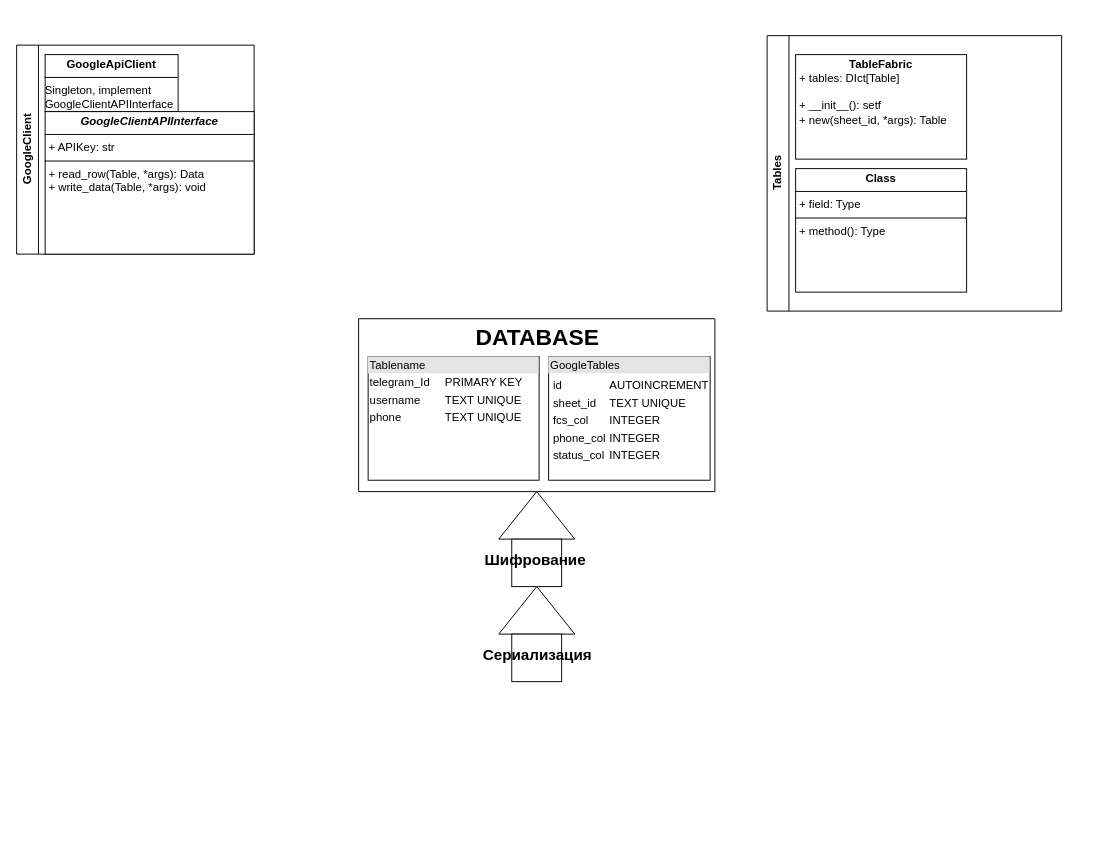
Earlier version of the draw.io diagram Диаграмма без названия.drawio (1Corporation/CodeFuturePhonesBank). Source tidied: cells renumbered, new cells numbered last; positions are measured from the earlier drawing's top-left corner, leaving out a move shared by most shapes. Both pictures are drawn from the tidied source at 95%, with x=0, y=0 at pixel (16, 35).
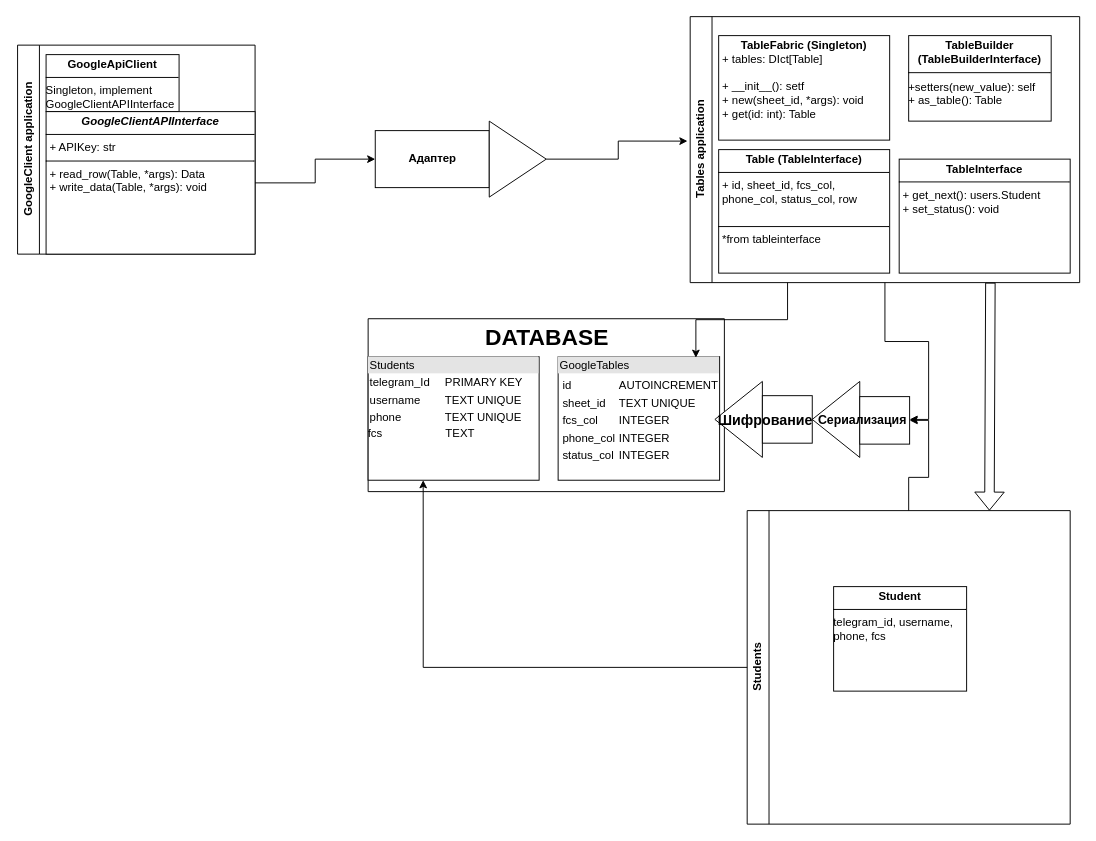
The same page after the edit.

Unchanged cells that the change refers to:
```xml
<mxCell id="5" value="&lt;div style=&quot;box-sizing:border-box;width:100%;background:#e4e4e4;padding:2px;&quot;&gt;GoogleTables&lt;/div&gt;&lt;table style=&quot;width:100%;font-size:1em;&quot; cellpadding=&quot;2&quot; cellspacing=&quot;0&quot;&gt;&lt;tbody&gt;&lt;tr&gt;&lt;td&gt;&lt;table&gt;&lt;tbody&gt;&lt;tr&gt;&lt;td&gt;id&lt;/td&gt;&lt;td&gt;AUTOINCREMENT&lt;/td&gt;&lt;/tr&gt;&lt;tr&gt;&lt;td&gt;sheet_id&lt;/td&gt;&lt;td&gt;TEXT UNIQUE&lt;/td&gt;&lt;/tr&gt;&lt;tr&gt;&lt;td&gt;fcs_col&lt;/td&gt;&lt;td&gt;INTEGER&lt;/td&gt;&lt;/tr&gt;&lt;tr&gt;&lt;td&gt;phone_col&lt;/td&gt;&lt;td&gt;INTEGER&lt;/td&gt;&lt;/tr&gt;&lt;tr&gt;&lt;td&gt;status_col&lt;/td&gt;&lt;td&gt;INTEGER&lt;/td&gt;&lt;/tr&gt;&lt;/tbody&gt;&lt;/table&gt;&lt;br&gt;&lt;/td&gt;&lt;td&gt;&lt;/td&gt;&lt;/tr&gt;&lt;tr&gt;&lt;td&gt;&lt;/td&gt;&lt;td&gt;&lt;br&gt;&lt;/td&gt;&lt;/tr&gt;&lt;/tbody&gt;&lt;/table&gt;" style="verticalAlign=top;align=left;overflow=fill;html=1;whiteSpace=wrap;" parent="2" vertex="1">
  <mxGeometry x="200" y="40" width="170" height="130" as="geometry" />
</mxCell>
<mxCell id="16" value="&lt;p style=&quot;margin:0px;margin-top:4px;text-align:center;&quot;&gt;&lt;i&gt;&lt;b&gt;GoogleClientAPIInterface&lt;/b&gt;&lt;/i&gt;&lt;/p&gt;&lt;hr size=&quot;1&quot; style=&quot;border-style:solid;&quot;&gt;&lt;p style=&quot;margin:0px;margin-left:4px;&quot;&gt;+ APIKey: str&lt;br&gt;&lt;/p&gt;&lt;hr size=&quot;1&quot; style=&quot;border-style:solid;&quot;&gt;&lt;p style=&quot;margin:0px;margin-left:4px;&quot;&gt;+ read_row(Table, *args): Data&lt;br&gt;+ write_data(Table, *args): void&lt;/p&gt;&lt;p style=&quot;margin:0px;margin-left:4px;&quot;&gt;&lt;br&gt;&lt;/p&gt;" style="verticalAlign=top;align=left;overflow=fill;html=1;whiteSpace=wrap;" parent="14" vertex="1">
  <mxGeometry x="30" y="70" width="220" height="150" as="geometry" />
</mxCell>
```

The edit, as a diff of the source:
```diff
@@
     <mxCell id="2" style="swimlane;startSize=0;fontSize=17;" parent="1" vertex="1">
-      <mxGeometry x="360" y="298" width="375" height="182" as="geometry" />
+      <mxGeometry x="370" y="298" width="375" height="182" as="geometry" />
     </mxCell>
@@
-    <mxCell id="4" value="&lt;div style=&quot;box-sizing:border-box;width:100%;background:#e4e4e4;padding:2px;&quot;&gt;Tablename&lt;/div&gt;&lt;table style=&quot;width:100%;font-size:1em;&quot; cellpadding=&quot;2&quot; cellspacing=&quot;0&quot;&gt;&lt;tbody&gt;&lt;tr&gt;&lt;td&gt;telegram_Id&lt;/td&gt;&lt;td&gt;PRIMARY KEY&lt;/td&gt;&lt;/tr&gt;&lt;tr&gt;&lt;td&gt;username&lt;/td&gt;&lt;td&gt;TEXT UNIQUE&lt;/td&gt;&lt;/tr&gt;&lt;tr&gt;&lt;td&gt;phone&lt;/td&gt;&lt;td&gt;TEXT UNIQUE&lt;/td&gt;&lt;/tr&gt;&lt;/tbody&gt;&lt;/table&gt;" style="verticalAlign=top;align=left;overflow=fill;html=1;whiteSpace=wrap;" parent="2" vertex="1">
-      <mxGeometry x="10" y="40" width="180" height="130" as="geometry" />
+    <mxCell id="4" value="&lt;div style=&quot;box-sizing:border-box;width:100%;background:#e4e4e4;padding:2px;&quot;&gt;Students&lt;/div&gt;&lt;table style=&quot;width:100%;font-size:1em;&quot; cellpadding=&quot;2&quot; cellspacing=&quot;0&quot;&gt;&lt;tbody&gt;&lt;tr&gt;&lt;td&gt;telegram_Id&lt;/td&gt;&lt;td&gt;PRIMARY KEY&lt;/td&gt;&lt;/tr&gt;&lt;tr&gt;&lt;td&gt;username&lt;/td&gt;&lt;td&gt;TEXT UNIQUE&lt;/td&gt;&lt;/tr&gt;&lt;tr&gt;&lt;td&gt;phone&lt;/td&gt;&lt;td&gt;TEXT UNIQUE&lt;br&gt;&lt;/td&gt;&lt;/tr&gt;&lt;/tbody&gt;&lt;/table&gt;fcs&amp;nbsp; &amp;nbsp; &amp;nbsp; &amp;nbsp; &amp;nbsp; &amp;nbsp; &amp;nbsp; &amp;nbsp; &amp;nbsp; &amp;nbsp; TEXT" style="verticalAlign=top;align=left;overflow=fill;html=1;whiteSpace=wrap;" parent="2" vertex="1">
+      <mxGeometry y="40" width="180" height="130" as="geometry" />
     </mxCell>
@@
-    <mxCell id="6" style="triangle;whiteSpace=wrap;html=1;direction=north;" parent="1" vertex="1">
-      <mxGeometry x="507.5" y="480" width="80" height="50" as="geometry" />
+    <mxCell id="6" style="triangle;whiteSpace=wrap;html=1;direction=west;" parent="1" vertex="1">
+      <mxGeometry x="735" y="364" width="50" height="80" as="geometry" />
     </mxCell>
     <mxCell id="7" style="rounded=0;whiteSpace=wrap;html=1;direction=south;" parent="1" vertex="1">
-      <mxGeometry x="521.2" y="530" width="52.5" height="50" as="geometry" />
+      <mxGeometry x="785" y="379" width="52.5" height="50" as="geometry" />
     </mxCell>
-    <mxCell id="8" value="&lt;font style=&quot;font-size: 16px;&quot;&gt;Шифрование&amp;nbsp;&lt;/font&gt;" style="text;strokeColor=none;fillColor=none;html=1;fontSize=24;fontStyle=1;verticalAlign=middle;align=center;" parent="1" vertex="1">
-      <mxGeometry x="497.5" y="530" width="100" height="40" as="geometry" />
+    <mxCell id="8" value="&lt;font style=&quot;font-size: 15px;&quot;&gt;Шифрование&amp;nbsp;&lt;/font&gt;" style="text;strokeColor=none;fillColor=none;html=1;fontSize=15;fontStyle=1;verticalAlign=middle;align=center;" parent="1" vertex="1">
+      <mxGeometry x="740" y="384" width="100" height="40" as="geometry" />
     </mxCell>
@@
-    <mxCell id="11" style="triangle;whiteSpace=wrap;html=1;direction=north;" parent="1" vertex="1">
-      <mxGeometry x="507.5" y="580" width="80" height="50" as="geometry" />
+    <mxCell id="11" style="triangle;whiteSpace=wrap;html=1;direction=west;" parent="1" vertex="1">
+      <mxGeometry x="837.5" y="364" width="50" height="80" as="geometry" />
     </mxCell>
     <mxCell id="12" style="rounded=0;whiteSpace=wrap;html=1;direction=south;" parent="1" vertex="1">
-      <mxGeometry x="521.2" y="630" width="52.5" height="50" as="geometry" />
+      <mxGeometry x="887.5" y="380" width="52.5" height="50" as="geometry" />
     </mxCell>
-    <mxCell id="13" value="&lt;font style=&quot;font-size: 16px;&quot;&gt;Сериализация&lt;/font&gt;" style="text;strokeColor=none;fillColor=none;html=1;fontSize=24;fontStyle=1;verticalAlign=middle;align=center;" parent="1" vertex="1">
-      <mxGeometry x="497.5" y="630" width="100" height="40" as="geometry" />
+    <mxCell id="13" value="&lt;font style=&quot;font-size: 13px;&quot;&gt;Сериализация&lt;/font&gt;" style="text;strokeColor=none;fillColor=none;html=1;fontSize=13;fontStyle=1;verticalAlign=middle;align=center;" parent="1" vertex="1">
+      <mxGeometry x="840" y="384" width="100" height="40" as="geometry" />
     </mxCell>
-    <mxCell id="14" value="GoogleClient" style="swimlane;horizontal=0;whiteSpace=wrap;html=1;" parent="1" vertex="1">
-      <mxGeometry y="10" width="250" height="220" as="geometry" />
+    <mxCell id="14" value="GoogleClient application" style="swimlane;horizontal=0;whiteSpace=wrap;html=1;" parent="1" vertex="1">
+      <mxGeometry x="1" y="10" width="250" height="220" as="geometry" />
     </mxCell>
@@
+    <mxCell id="20" style="edgeStyle=orthogonalEdgeStyle;rounded=0;jettySize=auto;html=1;entryX=1;entryY=0.5;entryDx=0;entryDy=0;" parent="1" edge="1" source="17" target="13">
+      <mxGeometry relative="1" as="geometry" />
+    </mxCell>
-    <mxCell id="17" value="Tables" style="swimlane;horizontal=0;whiteSpace=wrap;html=1;" parent="1" vertex="1">
-      <mxGeometry x="790" width="310" height="290" as="geometry" />
+    <mxCell id="17" value="Tables application" style="swimlane;horizontal=0;whiteSpace=wrap;html=1;" parent="1" vertex="1">
+      <mxGeometry x="709" y="-20" width="410" height="280" as="geometry" />
     </mxCell>
-    <mxCell id="18" value="&lt;p style=&quot;margin:0px;margin-top:4px;text-align:center;&quot;&gt;&lt;b&gt;TableFabric&lt;/b&gt;&lt;/p&gt;&lt;p style=&quot;margin:0px;margin-left:4px;&quot;&gt;+ tables: DIct[Table]&lt;/p&gt;&lt;p style=&quot;margin:0px;margin-left:4px;&quot;&gt;&lt;br&gt;&lt;/p&gt;&lt;p style=&quot;margin:0px;margin-left:4px;&quot;&gt;+ __init__(): setf&lt;br&gt;+ new(sheet_id, *args): Table&lt;/p&gt;" style="verticalAlign=top;align=left;overflow=fill;html=1;whiteSpace=wrap;" parent="17" vertex="1">
+    <mxCell id="18" value="&lt;p style=&quot;margin:0px;margin-top:4px;text-align:center;&quot;&gt;&lt;b&gt;TableFabric (Singleton)&lt;/b&gt;&lt;/p&gt;&lt;p style=&quot;margin:0px;margin-left:4px;&quot;&gt;+ tables: DIct[Table]&lt;/p&gt;&lt;p style=&quot;margin:0px;margin-left:4px;&quot;&gt;&lt;br&gt;&lt;/p&gt;&lt;p style=&quot;margin:0px;margin-left:4px;&quot;&gt;+ __init__(): setf&lt;br&gt;+ new(sheet_id, *args): void&lt;br&gt;+ get(id: int): Table&lt;/p&gt;&lt;p style=&quot;margin:0px;margin-left:4px;&quot;&gt;&lt;br&gt;&lt;/p&gt;" style="verticalAlign=top;align=left;overflow=fill;html=1;whiteSpace=wrap;" parent="17" vertex="1">
       <mxGeometry x="30" y="20" width="180" height="110" as="geometry" />
     </mxCell>
-    <mxCell id="19" value="&lt;p style=&quot;margin:0px;margin-top:4px;text-align:center;&quot;&gt;&lt;b&gt;Class&lt;/b&gt;&lt;/p&gt;&lt;hr size=&quot;1&quot; style=&quot;border-style:solid;&quot;/&gt;&lt;p style=&quot;margin:0px;margin-left:4px;&quot;&gt;+ field: Type&lt;/p&gt;&lt;hr size=&quot;1&quot; style=&quot;border-style:solid;&quot;/&gt;&lt;p style=&quot;margin:0px;margin-left:4px;&quot;&gt;+ method(): Type&lt;/p&gt;" style="verticalAlign=top;align=left;overflow=fill;html=1;whiteSpace=wrap;" parent="17" vertex="1">
+    <mxCell id="19" value="&lt;p style=&quot;margin:0px;margin-top:4px;text-align:center;&quot;&gt;&lt;b&gt;Table (TableInterface)&lt;/b&gt;&lt;/p&gt;&lt;hr size=&quot;1&quot; style=&quot;border-style:solid;&quot;&gt;&lt;p style=&quot;margin:0px;margin-left:4px;&quot;&gt;+ id, sheet_id, fcs_col, phone_col, status_col, row&lt;/p&gt;&lt;p style=&quot;margin:0px;margin-left:4px;&quot;&gt;&lt;br&gt;&lt;/p&gt;&lt;hr size=&quot;1&quot; style=&quot;border-style:solid;&quot;&gt;&lt;p style=&quot;margin:0px;margin-left:4px;&quot;&gt;*from tableinterface&lt;/p&gt;" style="verticalAlign=top;align=left;overflow=fill;html=1;whiteSpace=wrap;" parent="17" vertex="1">
       <mxGeometry x="30" y="140" width="180" height="130" as="geometry" />
     </mxCell>
+    <mxCell id="21" value="&lt;p style=&quot;margin:0px;margin-top:4px;text-align:center;&quot;&gt;&lt;b&gt;TableInterface&lt;/b&gt;&lt;/p&gt;&lt;hr size=&quot;1&quot; style=&quot;border-style:solid;&quot;&gt;&lt;p style=&quot;margin:0px;margin-left:4px;&quot;&gt;+ get_next(): users.Student&lt;/p&gt;&lt;p style=&quot;margin:0px;margin-left:4px;&quot;&gt;+ set_status(): void&lt;/p&gt;" style="verticalAlign=top;align=left;overflow=fill;html=1;whiteSpace=wrap;" parent="17" vertex="1">
+      <mxGeometry x="220" y="150" width="180" height="120" as="geometry" />
+    </mxCell>
+    <mxCell id="22" value="&lt;p style=&quot;margin:0px;margin-top:4px;text-align:center;&quot;&gt;&lt;b&gt;TableBuilder (TableBuilderInterface)&lt;/b&gt;&lt;/p&gt;&lt;hr size=&quot;1&quot; style=&quot;border-style:solid;&quot;&gt;&lt;div style=&quot;height:2px;&quot;&gt;&lt;/div&gt;&lt;div style=&quot;height:2px;&quot;&gt;+setters(new_value): self&lt;br&gt;+ as_table(): Table&lt;/div&gt;" style="verticalAlign=top;align=left;overflow=fill;html=1;whiteSpace=wrap;" parent="17" vertex="1">
+      <mxGeometry x="230" y="20" width="150" height="90" as="geometry" />
+    </mxCell>
+    <mxCell id="23" style="edgeStyle=orthogonalEdgeStyle;rounded=0;jettySize=auto;html=1;exitX=0.25;exitY=1;exitDx=0;exitDy=0;entryX=0.853;entryY=0.008;entryDx=0;entryDy=0;entryPerimeter=0;" parent="1" edge="1" source="17" target="5">
+      <mxGeometry relative="1" as="geometry" />
+    </mxCell>
+    <mxCell id="24" value="&lt;b&gt;Адаптер&lt;/b&gt;" style="rounded=0;whiteSpace=wrap;html=1;" parent="1" vertex="1">
+      <mxGeometry x="377.5" y="100" width="120" height="60" as="geometry" />
+    </mxCell>
+    <mxCell id="25" style="triangle;whiteSpace=wrap;html=1;" parent="1" vertex="1">
+      <mxGeometry x="497.5" y="90" width="60" height="80" as="geometry" />
+    </mxCell>
+    <mxCell id="26" style="edgeStyle=orthogonalEdgeStyle;rounded=0;jettySize=auto;html=1;entryX=0;entryY=0.5;entryDx=0;entryDy=0;" parent="1" edge="1" source="16" target="24">
+      <mxGeometry relative="1" as="geometry" />
+    </mxCell>
+    <mxCell id="27" style="edgeStyle=orthogonalEdgeStyle;rounded=0;jettySize=auto;html=1;entryX=-0.007;entryY=0.468;entryDx=0;entryDy=0;entryPerimeter=0;" parent="1" edge="1" source="25" target="17">
+      <mxGeometry relative="1" as="geometry" />
+    </mxCell>
+    <mxCell id="28" style="edgeStyle=orthogonalEdgeStyle;rounded=0;jettySize=auto;html=1;entryX=0.5;entryY=0;entryDx=0;entryDy=0;" parent="1" edge="1" source="29" target="12">
+      <mxGeometry relative="1" as="geometry" />
+    </mxCell>
+    <mxCell id="29" value="Students" style="swimlane;horizontal=0;whiteSpace=wrap;html=1;" parent="1" vertex="1">
+      <mxGeometry x="769" y="500" width="340" height="330" as="geometry" />
+    </mxCell>
+    <mxCell id="30" value="&lt;p style=&quot;margin:0px;margin-top:4px;text-align:center;&quot;&gt;&lt;b&gt;Student&lt;/b&gt;&lt;/p&gt;&lt;hr size=&quot;1&quot; style=&quot;border-style:solid;&quot;&gt;telegram_id, username, phone, fcs" style="verticalAlign=top;align=left;overflow=fill;html=1;whiteSpace=wrap;" parent="29" vertex="1">
+      <mxGeometry x="91" y="80" width="140" height="110" as="geometry" />
+    </mxCell>
+    <mxCell id="31" style="edgeStyle=orthogonalEdgeStyle;rounded=0;jettySize=auto;html=1;entryX=0.322;entryY=1;entryDx=0;entryDy=0;entryPerimeter=0;" parent="1" edge="1" source="29" target="4">
+      <mxGeometry relative="1" as="geometry" />
+    </mxCell>
+    <mxCell id="32" style="shape=flexArrow;endArrow=classic;html=1;rounded=0;entryX=0.75;entryY=0;entryDx=0;entryDy=0;" parent="1" edge="1" target="29">
+      <mxGeometry relative="1" as="geometry">
+        <mxPoint x="1025" y="260" as="sourcePoint" />
+      </mxGeometry>
+    </mxCell>
```
